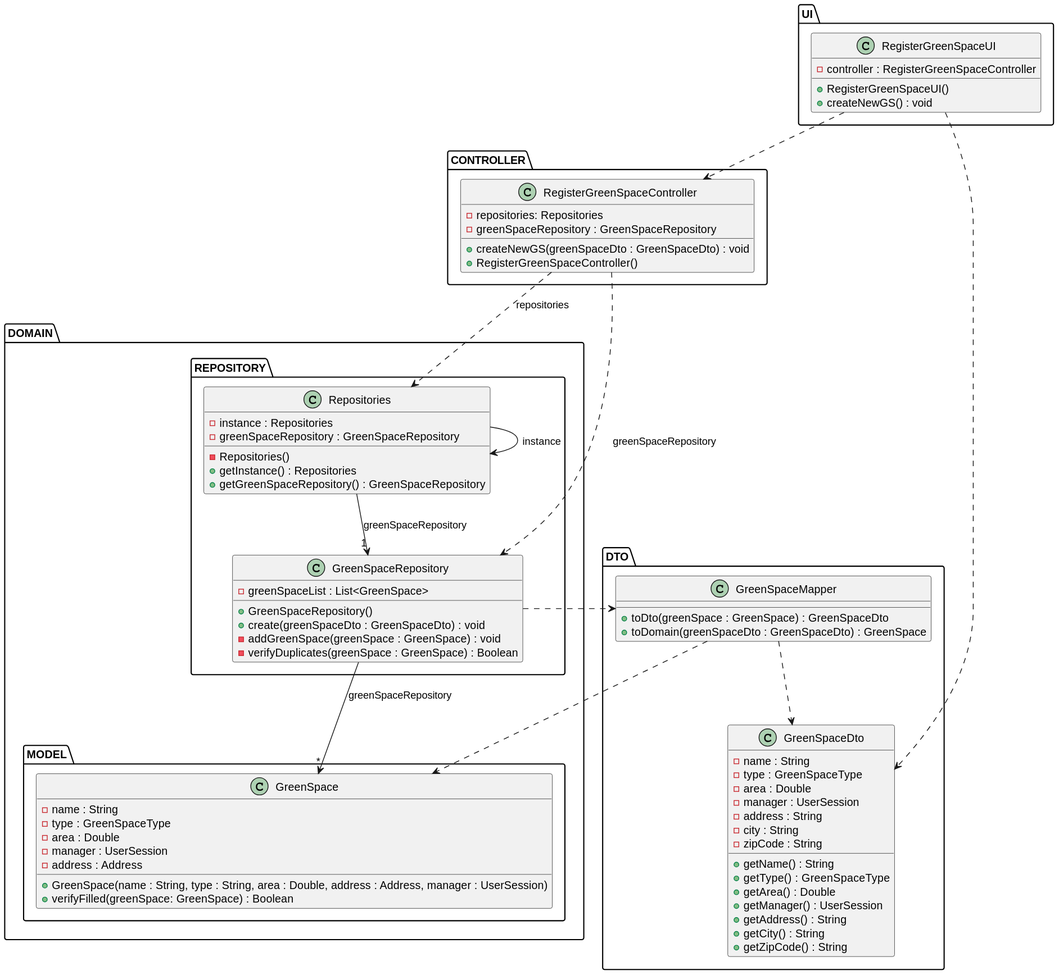
ricardomm7/leaflink keeps this PlantUML diagram as docs/sprintC/us020/03.design/svg/us020-class-diagram.svg. Above is the earlier version.
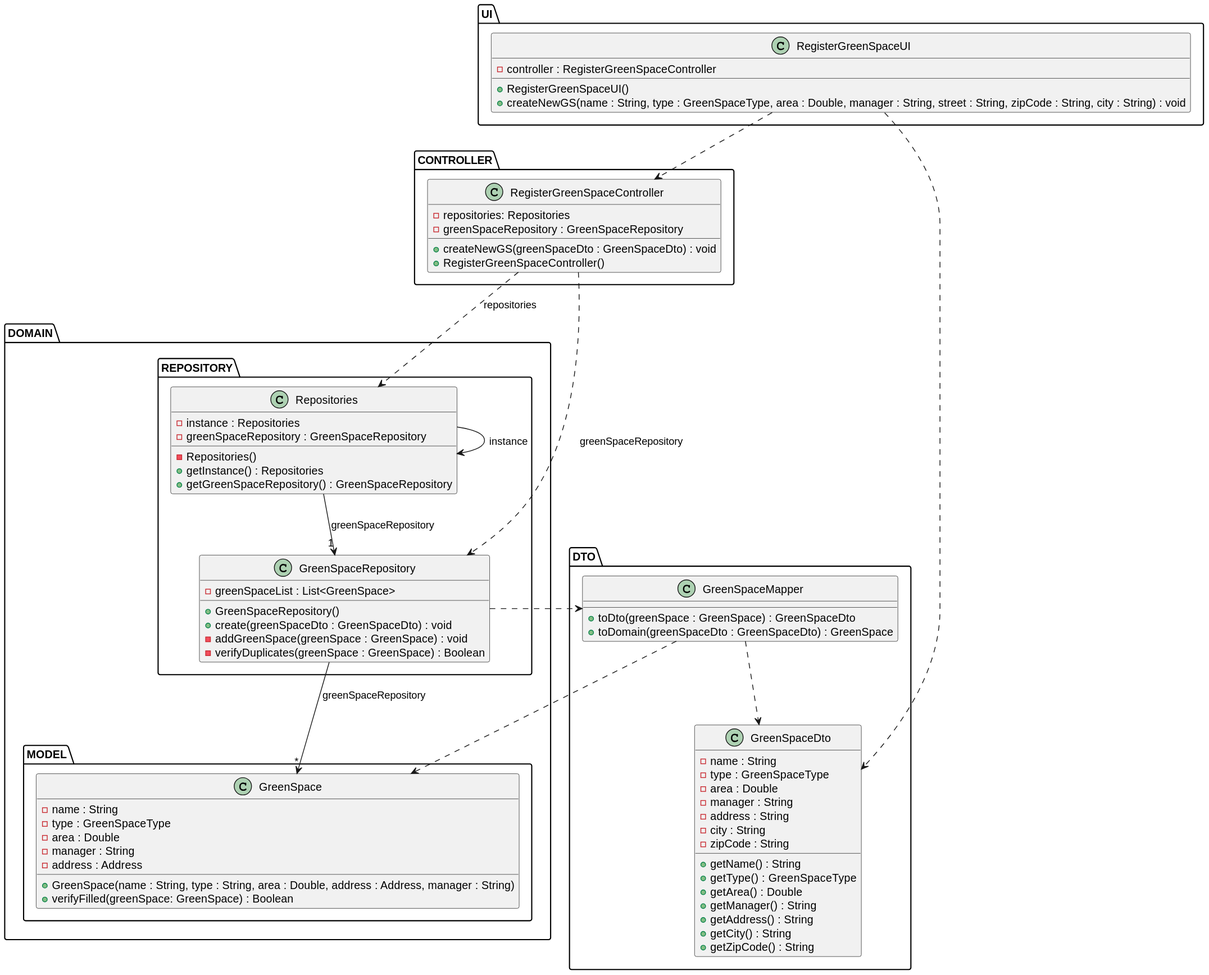
Above is the later version.

What changed in the source:
```diff
@@ -6,7 +6,7 @@
     class RegisterGreenSpaceUI {
         - controller : RegisterGreenSpaceController
         + RegisterGreenSpaceUI()
-        + createNewGS() : void
+        + createNewGS(name : String, type : GreenSpaceType, area : Double, manager : String, street : String, zipCode : String, city : String) : void
     }
 }
 
@@ -42,9 +42,9 @@
         - name : String
         - type : GreenSpaceType
         - area : Double
-        - manager : UserSession
+        - manager : String
         - address : Address
-        + GreenSpace(name : String, type : String, area : Double, address : Address, manager : UserSession)
+        + GreenSpace(name : String, type : String, area : Double, address : Address, manager : String)
         + verifyFilled(greenSpace: GreenSpace) : Boolean
     }
 }
@@ -54,14 +54,14 @@
         - name : String
         - type : GreenSpaceType
         - area : Double
-        - manager : UserSession
+        - manager : String
         - address : String
         - city : String
         - zipCode : String
         + getName() : String
         + getType() : GreenSpaceType
         + getArea() : Double
-        + getManager() : UserSession
+        + getManager() : String
         + getAddress() : String
         + getCity() : String
         + getZipCode() : String
```
